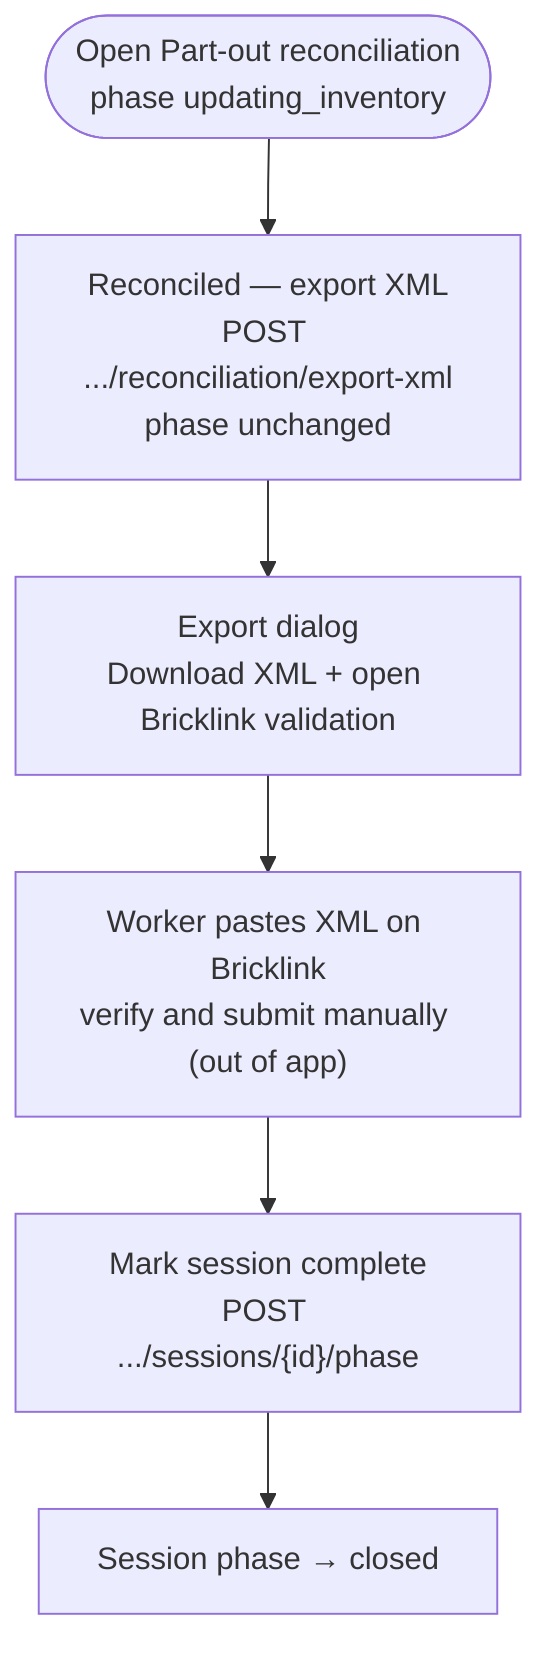
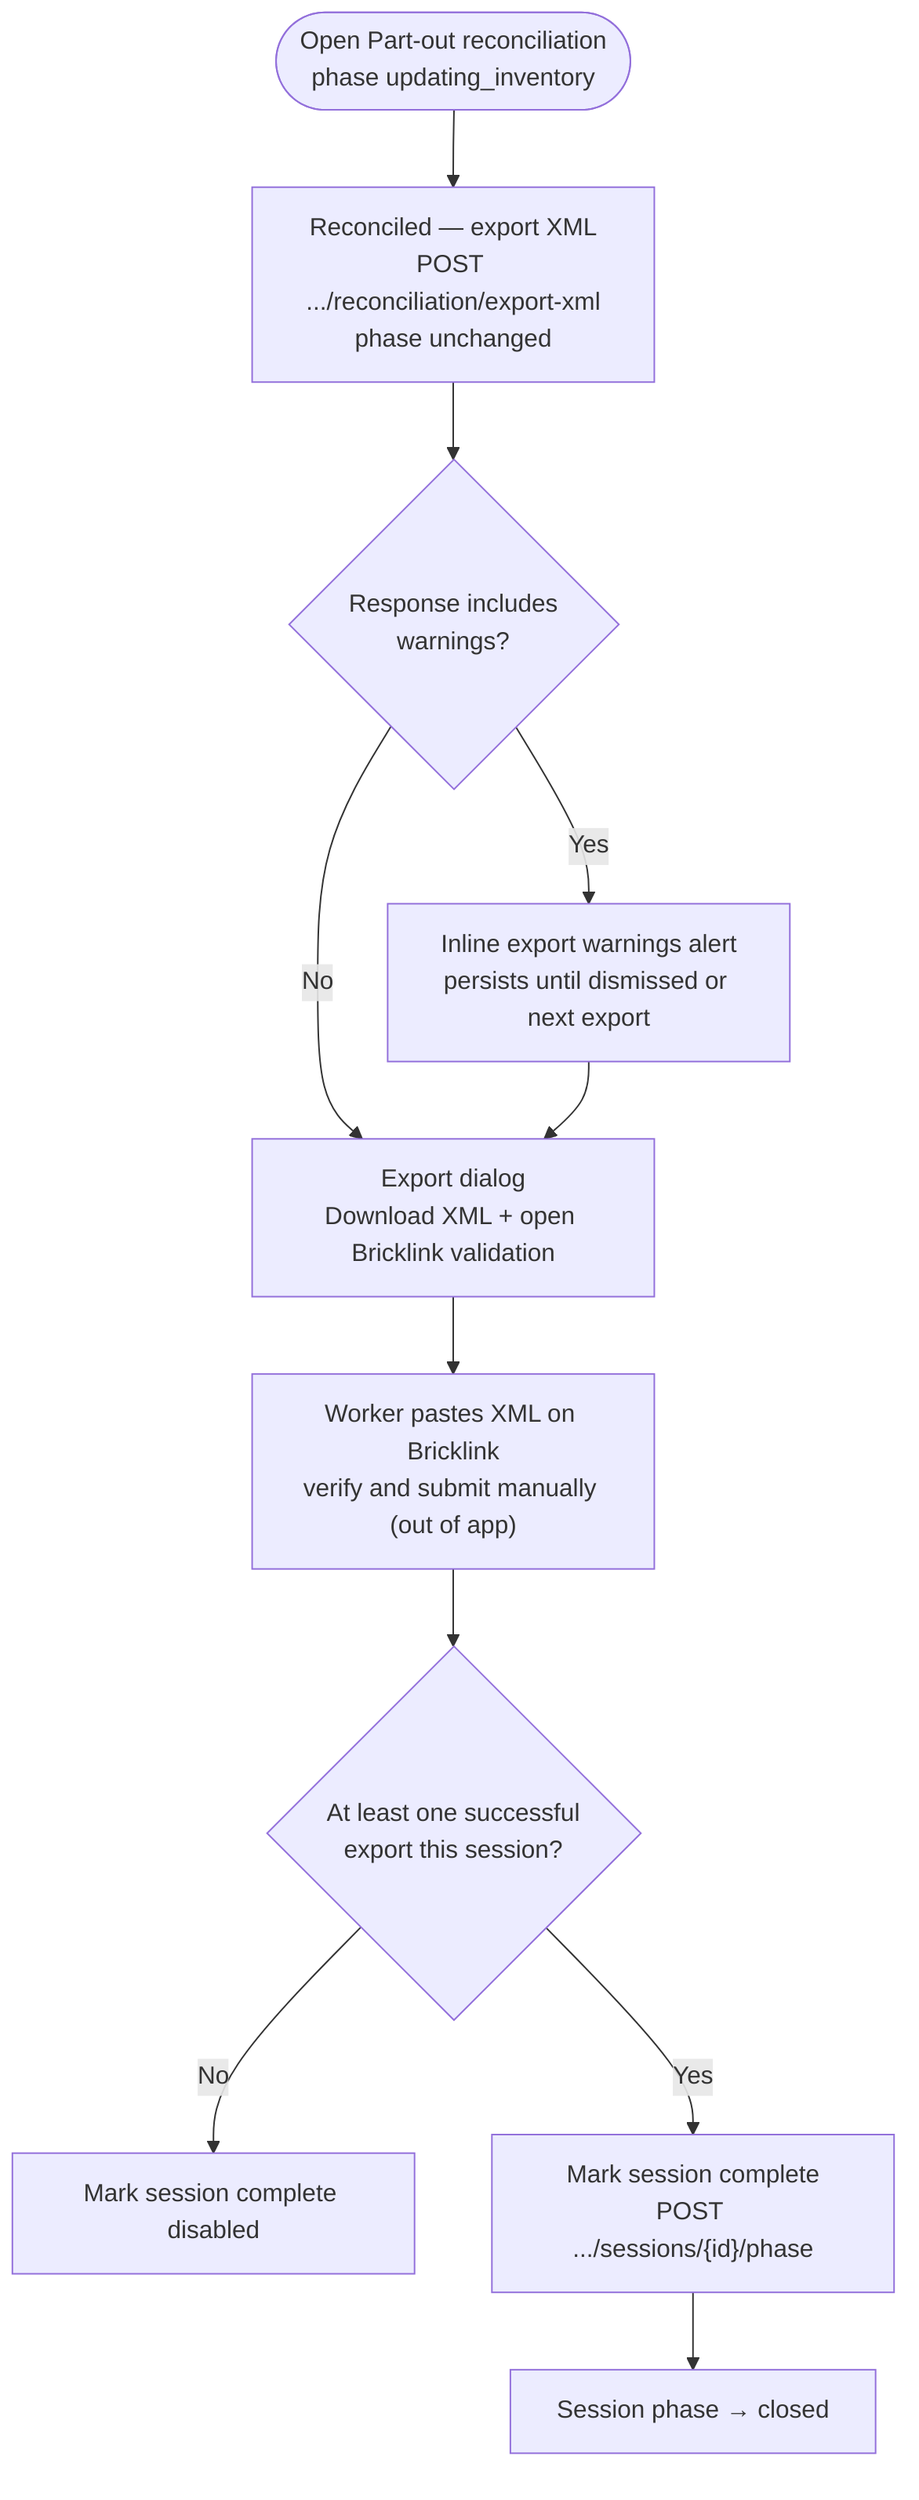
%% Update store inventory — worker actions within updating_inventory phase
%% Source: docs/view-specs/part-out-reconciliation.md (export actions)
%% Follows organizing complete; precedes session closed.
%% Export does not change phase; Mark session complete → closed after manual Bricklink handoff.

flowchart TD
    enter(["Open Part-out reconciliation<br>phase updating_inventory"])

    enter --> export["Reconciled — export XML<br>POST .../reconciliation/export-xml<br>phase unchanged"]

-     export --> dialog["Export dialog<br>Download XML + open Bricklink validation"]
+     export --> warnings{"Response includes<br>warnings?"}
+     warnings -->|Yes| warnAlert["Inline export warnings alert<br>persists until dismissed or next export"]
+     warnings -->|No| dialog
+     warnAlert --> dialog
+ 
+     dialog["Export dialog<br>Download XML + open Bricklink validation"]

    dialog --> manual["Worker pastes XML on Bricklink<br>verify and submit manually (out of app)"]

-     manual --> markComplete["Mark session complete<br>POST .../sessions/{id}/phase"]
+     manual --> exportDone{"At least one successful<br>export this session?"}
+     exportDone -->|No| markDisabled["Mark session complete disabled"]
+     exportDone -->|Yes| markComplete["Mark session complete<br>POST .../sessions/{id}/phase"]

    markComplete --> closed["Session phase → closed"]
